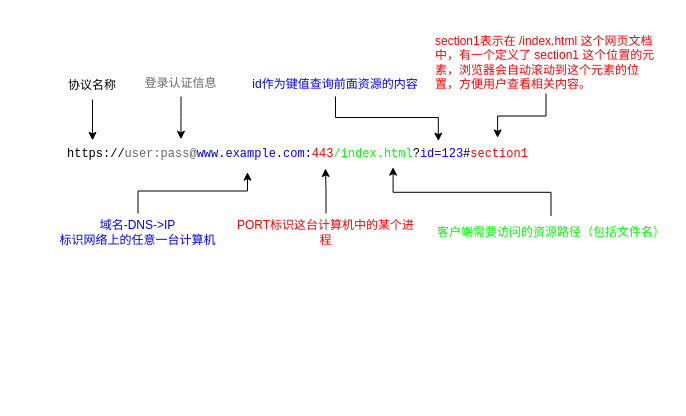
Earlier version of the draw.io diagram 网络/HTTP1.drawio (xyshawy/DRAW). Source tidied: cells renumbered, new cells numbered last; positions are measured from the earlier drawing's top-left corner, leaving out a move shared by most shapes. Both pictures are drawn from the tidied source at 100%, with x=0, y=0 at pixel (50, 17).
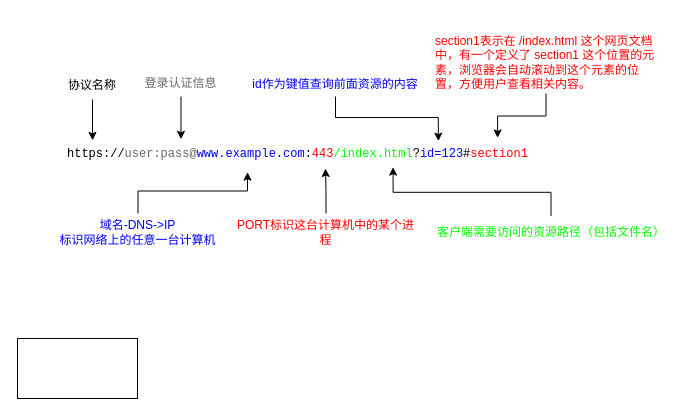
The same diagram, later.

Diff of the diagram source:
```diff
@@
 <mxGraphModel>
   <root>
     <mxCell id="0" />
     <mxCell id="1" parent="0" />
     <mxCell id="2" value="&lt;font face=&quot;Courier New&quot;&gt;https://&lt;font color=&quot;#666666&quot;&gt;user:pass@&lt;/font&gt;&lt;font color=&quot;#0000ff&quot;&gt;www.example.com&lt;/font&gt;:&lt;font color=&quot;#ff0000&quot;&gt;443&lt;/font&gt;&lt;font color=&quot;#00ff00&quot;&gt;/index.html&lt;/font&gt;?&lt;font color=&quot;#0000ff&quot;&gt;id=123&lt;/font&gt;#&lt;font color=&quot;#ff0000&quot;&gt;section1&lt;/font&gt;&lt;/font&gt;" style="text;html=1;strokeColor=none;fillColor=none;align=left;verticalAlign=middle;whiteSpace=wrap;rounded=0;" parent="1" vertex="1">
       <mxGeometry x="15" y="121" width="520" height="30" as="geometry" />
     </mxCell>
     <mxCell id="3" style="edgeStyle=orthogonalEdgeStyle;rounded=0;jettySize=auto;html=1;entryX=0.35;entryY=1.123;entryDx=0;entryDy=0;entryPerimeter=0;" parent="1" edge="1" source="4" target="2">
       <mxGeometry relative="1" as="geometry" />
     </mxCell>
     <mxCell id="4" value="&lt;font&gt;&lt;font color=&quot;#0000ff&quot;&gt;域名-DNS-&amp;gt;IP&lt;br&gt;标识网络上的任意一台计算机&lt;/font&gt;&lt;br&gt;&lt;/font&gt;" style="text;html=1;strokeColor=none;fillColor=none;align=center;verticalAlign=middle;whiteSpace=wrap;rounded=0;fontFamily=等线;" parent="1" vertex="1">
       <mxGeometry y="196" width="175" height="38" as="geometry" />
     </mxCell>
     <mxCell id="5" style="edgeStyle=orthogonalEdgeStyle;rounded=0;jettySize=auto;html=1;" parent="1" edge="1" source="6" target="2">
       <mxGeometry relative="1" as="geometry" />
     </mxCell>
     <mxCell id="6" value="&lt;font color=&quot;#ff0000&quot;&gt;PORT标识这台计算机中的某个进程&lt;/font&gt;" style="text;html=1;strokeColor=none;fillColor=none;align=center;verticalAlign=middle;whiteSpace=wrap;rounded=0;fontFamily=等线;" parent="1" vertex="1">
       <mxGeometry x="181" y="196" width="189" height="38" as="geometry" />
     </mxCell>
     <mxCell id="7" style="edgeStyle=orthogonalEdgeStyle;rounded=0;jettySize=auto;html=1;entryX=0.63;entryY=0.955;entryDx=0;entryDy=0;entryPerimeter=0;" parent="1" edge="1" source="8" target="2">
       <mxGeometry relative="1" as="geometry" />
     </mxCell>
     <mxCell id="8" value="&lt;font color=&quot;#00ff00&quot;&gt;客户端需要访问的资源路径（包括文件名）&lt;/font&gt;" style="text;html=1;strokeColor=none;fillColor=none;align=center;verticalAlign=middle;whiteSpace=wrap;rounded=0;fontFamily=等线;" parent="1" vertex="1">
       <mxGeometry x="382.5" y="198.5" width="236" height="33" as="geometry" />
     </mxCell>
     <mxCell id="9" style="edgeStyle=orthogonalEdgeStyle;rounded=0;jettySize=auto;html=1;fontFamily=等线;entryX=0.831;entryY=-0.02;entryDx=0;entryDy=0;entryPerimeter=0;" parent="1" edge="1" source="10" target="2">
       <mxGeometry relative="1" as="geometry" />
     </mxCell>
     <mxCell id="10" value="&lt;div&gt;&lt;font color=&quot;#ff0000&quot;&gt;&lt;br&gt;&lt;/font&gt;&lt;/div&gt;&lt;div&gt;&lt;font color=&quot;#ff0000&quot;&gt;section1表示在 /index.html 这个网页文档中，有一个定义了 section1 这个位置的元素，浏览器会自动滚动到这个元素的位置，方便用户查看相关内容。&lt;/font&gt;&lt;/div&gt;" style="text;html=1;strokeColor=none;fillColor=none;align=left;verticalAlign=middle;whiteSpace=wrap;rounded=0;fontFamily=等线;" parent="1" vertex="1">
       <mxGeometry x="383" width="225" height="76" as="geometry" />
     </mxCell>
     <mxCell id="11" style="edgeStyle=orthogonalEdgeStyle;rounded=0;jettySize=auto;html=1;entryX=0.717;entryY=0.087;entryDx=0;entryDy=0;entryPerimeter=0;" parent="1" edge="1" source="12" target="2">
       <mxGeometry relative="1" as="geometry" />
     </mxCell>
     <mxCell id="12" value="&lt;font&gt;&lt;font color=&quot;#0000ff&quot;&gt;id作为键值查询前面资源的内容&lt;/font&gt;&lt;br&gt;&lt;/font&gt;" style="text;html=1;strokeColor=none;fillColor=none;align=center;verticalAlign=middle;whiteSpace=wrap;rounded=0;fontFamily=等线;" parent="1" vertex="1">
       <mxGeometry x="196" y="54" width="178" height="25" as="geometry" />
     </mxCell>
     <mxCell id="13" style="edgeStyle=orthogonalEdgeStyle;rounded=0;jettySize=auto;html=1;entryX=0.052;entryY=0.063;entryDx=0;entryDy=0;entryPerimeter=0;fontFamily=等线;" parent="1" edge="1" source="14" target="2">
       <mxGeometry relative="1" as="geometry" />
     </mxCell>
     <mxCell id="14" value="&lt;font&gt;协议名称&lt;br&gt;&lt;/font&gt;" style="text;html=1;strokeColor=none;fillColor=none;align=center;verticalAlign=middle;whiteSpace=wrap;rounded=0;fontFamily=等线;" parent="1" vertex="1">
       <mxGeometry x="3" y="54" width="78" height="28" as="geometry" />
     </mxCell>
     <mxCell id="15" style="edgeStyle=orthogonalEdgeStyle;rounded=0;jettySize=auto;html=1;entryX=0.222;entryY=0.026;entryDx=0;entryDy=0;entryPerimeter=0;" parent="1" edge="1" source="16" target="2">
       <mxGeometry relative="1" as="geometry" />
     </mxCell>
     <mxCell id="16" value="&lt;font color=&quot;#666666&quot;&gt;登录认证信息&lt;/font&gt;" style="text;html=1;strokeColor=none;fillColor=none;align=center;verticalAlign=middle;whiteSpace=wrap;rounded=0;fontFamily=等线;" parent="1" vertex="1">
       <mxGeometry x="85" y="52" width="91" height="27" as="geometry" />
     </mxCell>
+    <mxCell id="17" style="rounded=0;whiteSpace=wrap;html=1;" parent="1" vertex="1">
+      <mxGeometry x="-33" y="321" width="120" height="60" as="geometry" />
+    </mxCell>
   </root>
 </mxGraphModel>
```
